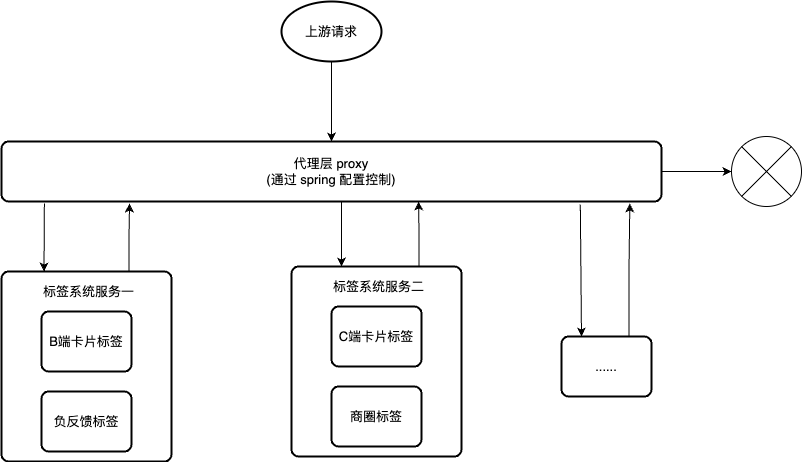
Above: work-draw-file/标签系统代理层拆分.png in liujunao/draw-data (draw.io), before the change. Source tidied: cells renumbered, new cells last; positions are measured from the earlier drawing's top-left corner, leaving out a move shared by most shapes.
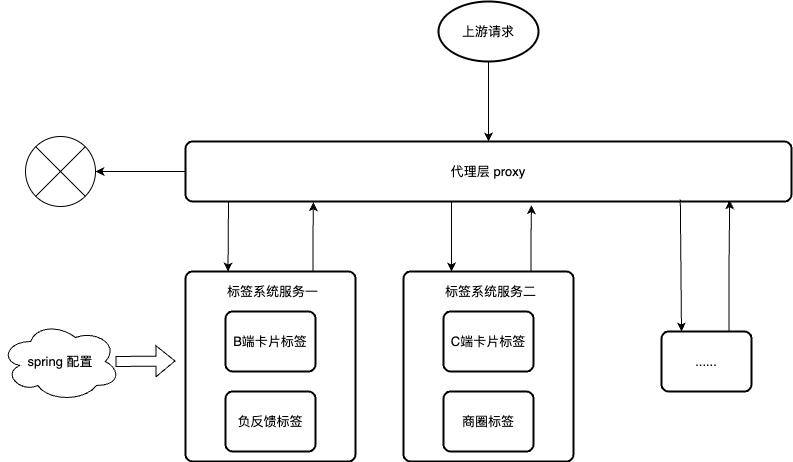
Above is the later version.

Commit message:
更新标签系统代理层拆分.png

The edit, as a diff of the source:
```diff
@@ -6,66 +6,78 @@
       <mxGeometry relative="1" as="geometry" />
     </mxCell>
     <mxCell id="3" value="上游请求" style="strokeWidth=2;html=1;shape=mxgraph.flowchart.start_1;whiteSpace=wrap;" parent="1" vertex="1">
-      <mxGeometry x="280" width="100" height="60" as="geometry" />
+      <mxGeometry x="449" y="35" width="100" height="60" as="geometry" />
     </mxCell>
-    <mxCell id="4" style="edgeStyle=orthogonalEdgeStyle;rounded=0;jettySize=auto;html=1;exitX=0.75;exitY=0;exitDx=0;exitDy=0;entryX=0.194;entryY=1.033;entryDx=0;entryDy=0;entryPerimeter=0;" parent="1" edge="1" source="5" target="17">
+    <mxCell id="4" style="edgeStyle=orthogonalEdgeStyle;rounded=0;jettySize=auto;html=1;exitX=0.75;exitY=0;exitDx=0;exitDy=0;entryX=0.211;entryY=1.012;entryDx=0;entryDy=0;entryPerimeter=0;" parent="1" edge="1" source="5" target="17">
       <mxGeometry relative="1" as="geometry" />
     </mxCell>
     <mxCell id="5" style="rounded=1;whiteSpace=wrap;html=1;absoluteArcSize=1;arcSize=14;strokeWidth=2;" parent="1" vertex="1">
-      <mxGeometry y="270" width="170" height="190" as="geometry" />
+      <mxGeometry x="196" y="305" width="170" height="190" as="geometry" />
     </mxCell>
     <mxCell id="6" value="标签系统服务一" style="text;html=1;strokeColor=none;fillColor=none;align=center;verticalAlign=middle;whiteSpace=wrap;rounded=0;" parent="1" vertex="1">
-      <mxGeometry x="40" y="280" width="95" height="20" as="geometry" />
+      <mxGeometry x="236" y="315" width="95" height="20" as="geometry" />
     </mxCell>
-    <mxCell id="7" style="edgeStyle=orthogonalEdgeStyle;rounded=0;jettySize=auto;html=1;exitX=0.75;exitY=0;exitDx=0;exitDy=0;entryX=0.952;entryY=1.033;entryDx=0;entryDy=0;entryPerimeter=0;" parent="1" edge="1" source="8" target="17">
+    <mxCell id="7" style="edgeStyle=orthogonalEdgeStyle;rounded=0;jettySize=auto;html=1;exitX=0.75;exitY=0;exitDx=0;exitDy=0;entryX=0.898;entryY=0.979;entryDx=0;entryDy=0;entryPerimeter=0;" parent="1" edge="1" source="8" target="17">
       <mxGeometry relative="1" as="geometry" />
     </mxCell>
     <mxCell id="8" value="......" style="rounded=1;whiteSpace=wrap;html=1;absoluteArcSize=1;arcSize=14;strokeWidth=2;" parent="1" vertex="1">
-      <mxGeometry x="560" y="335" width="90" height="60" as="geometry" />
+      <mxGeometry x="672" y="365" width="90" height="60" as="geometry" />
     </mxCell>
     <mxCell id="9" value="负反馈标签" style="rounded=1;whiteSpace=wrap;html=1;absoluteArcSize=1;arcSize=14;strokeWidth=2;" parent="1" vertex="1">
-      <mxGeometry x="40" y="390" width="90" height="60" as="geometry" />
+      <mxGeometry x="236" y="425" width="90" height="60" as="geometry" />
     </mxCell>
     <mxCell id="10" value="B端卡片标签" style="rounded=1;whiteSpace=wrap;html=1;absoluteArcSize=1;arcSize=14;strokeWidth=2;" parent="1" vertex="1">
-      <mxGeometry x="40" y="310" width="90" height="60" as="geometry" />
+      <mxGeometry x="236" y="345" width="90" height="60" as="geometry" />
     </mxCell>
-    <mxCell id="11" style="edgeStyle=orthogonalEdgeStyle;rounded=0;jettySize=auto;html=1;exitX=0.75;exitY=0;exitDx=0;exitDy=0;entryX=0.632;entryY=1;entryDx=0;entryDy=0;entryPerimeter=0;" parent="1" edge="1" source="12" target="17">
+    <mxCell id="11" style="edgeStyle=orthogonalEdgeStyle;rounded=0;jettySize=auto;html=1;exitX=0.75;exitY=0;exitDx=0;exitDy=0;entryX=0.571;entryY=1.062;entryDx=0;entryDy=0;entryPerimeter=0;" parent="1" edge="1" source="12" target="17">
       <mxGeometry relative="1" as="geometry" />
     </mxCell>
     <mxCell id="12" style="rounded=1;whiteSpace=wrap;html=1;absoluteArcSize=1;arcSize=14;strokeWidth=2;" parent="1" vertex="1">
-      <mxGeometry x="290" y="265" width="170" height="190" as="geometry" />
+      <mxGeometry x="414" y="305" width="170" height="190" as="geometry" />
     </mxCell>
     <mxCell id="13" value="标签系统服务二" style="text;html=1;strokeColor=none;fillColor=none;align=center;verticalAlign=middle;whiteSpace=wrap;rounded=0;" parent="1" vertex="1">
-      <mxGeometry x="330" y="275" width="95" height="20" as="geometry" />
+      <mxGeometry x="454" y="315" width="95" height="20" as="geometry" />
     </mxCell>
     <mxCell id="14" value="商圈标签" style="rounded=1;whiteSpace=wrap;html=1;absoluteArcSize=1;arcSize=14;strokeWidth=2;" parent="1" vertex="1">
-      <mxGeometry x="330" y="385" width="90" height="60" as="geometry" />
+      <mxGeometry x="454" y="425" width="90" height="60" as="geometry" />
     </mxCell>
     <mxCell id="15" value="C端卡片标签" style="rounded=1;whiteSpace=wrap;html=1;absoluteArcSize=1;arcSize=14;strokeWidth=2;" parent="1" vertex="1">
-      <mxGeometry x="330" y="305" width="90" height="60" as="geometry" />
+      <mxGeometry x="454" y="345" width="90" height="60" as="geometry" />
     </mxCell>
-    <mxCell id="16" style="edgeStyle=orthogonalEdgeStyle;rounded=0;jettySize=auto;html=1;exitX=1;exitY=0.5;exitDx=0;exitDy=0;" parent="1" edge="1" source="17" target="21">
+    <mxCell id="16" style="edgeStyle=orthogonalEdgeStyle;rounded=0;jettySize=auto;html=1;exitX=0;exitY=0.5;exitDx=0;exitDy=0;" parent="1" edge="1" source="17" target="21">
       <mxGeometry relative="1" as="geometry" />
     </mxCell>
-    <mxCell id="17" value="代理层 proxy&lt;br&gt;(通过 spring 配置控制)" style="rounded=1;whiteSpace=wrap;html=1;absoluteArcSize=1;arcSize=14;strokeWidth=2;" parent="1" vertex="1">
-      <mxGeometry y="140" width="660" height="60" as="geometry" />
+    <mxCell id="17" value="代理层 proxy" style="rounded=1;whiteSpace=wrap;html=1;absoluteArcSize=1;arcSize=14;strokeWidth=2;" parent="1" vertex="1">
+      <mxGeometry x="196" y="175" width="606" height="60" as="geometry" />
     </mxCell>
-    <mxCell id="18" style="edgeStyle=none;jettySize=auto;html=1;rounded=0;entryX=0.25;entryY=0;entryDx=0;entryDy=0;exitX=0.065;exitY=1.033;exitDx=0;exitDy=0;exitPerimeter=0;" parent="1" edge="1" source="17" target="5">
-      <mxGeometry relative="1" as="geometry" />
+    <mxCell id="18" style="edgeStyle=none;jettySize=auto;html=1;rounded=0;entryX=0.25;entryY=0;entryDx=0;entryDy=0;" parent="1" edge="1" target="5">
+      <mxGeometry relative="1" as="geometry">
+        <mxPoint x="239" y="235" as="sourcePoint" />
+      </mxGeometry>
     </mxCell>
-    <mxCell id="19" style="edgeStyle=none;orthogonalLoop=1;jettySize=auto;html=1;rounded=0;entryX=0.25;entryY=0;entryDx=0;entryDy=0;" parent="1" edge="1">
+    <mxCell id="19" style="edgeStyle=none;orthogonalLoop=1;jettySize=auto;html=1;rounded=0;" parent="1" edge="1">
       <mxGeometry relative="1" as="geometry">
-        <mxPoint x="340" y="200" as="sourcePoint" />
-        <mxPoint x="340" y="265" as="targetPoint" />
+        <mxPoint x="462" y="235" as="sourcePoint" />
+        <mxPoint x="462" y="305" as="targetPoint" />
       </mxGeometry>
     </mxCell>
-    <mxCell id="20" style="edgeStyle=none;jettySize=auto;html=1;rounded=0;entryX=0.25;entryY=0;entryDx=0;entryDy=0;exitX=0.877;exitY=1.05;exitDx=0;exitDy=0;exitPerimeter=0;" parent="1" edge="1" source="17">
+    <mxCell id="20" style="edgeStyle=none;orthogonalLoop=1;jettySize=auto;html=1;rounded=0;entryX=0.25;entryY=0;entryDx=0;entryDy=0;exitX=0.877;exitY=1.05;exitDx=0;exitDy=0;exitPerimeter=0;" parent="1" edge="1">
       <mxGeometry relative="1" as="geometry">
-        <mxPoint x="580" y="335" as="targetPoint" />
+        <mxPoint x="690.8" y="233" as="sourcePoint" />
+        <mxPoint x="692" y="365" as="targetPoint" />
       </mxGeometry>
     </mxCell>
     <mxCell id="21" style="verticalLabelPosition=bottom;verticalAlign=top;html=1;shape=mxgraph.flowchart.or;" parent="1" vertex="1">
-      <mxGeometry x="730" y="135" width="70" height="70" as="geometry" />
+      <mxGeometry x="36" y="170" width="70" height="70" as="geometry" />
     </mxCell>
+    <mxCell id="22" value="spring 配置" style="ellipse;shape=cloud;whiteSpace=wrap;html=1;" parent="1" vertex="1">
+      <mxGeometry x="11" y="355" width="120" height="80" as="geometry" />
+    </mxCell>
+    <mxCell id="23" style="shape=flexArrow;endArrow=classic;html=1;rounded=0;" parent="1" edge="1">
+      <mxGeometry relative="1" as="geometry">
+        <mxPoint x="126" y="395" as="sourcePoint" />
+        <mxPoint x="186" y="394.5" as="targetPoint" />
+      </mxGeometry>
+    </mxCell>
   </root>
 </mxGraphModel>
```
